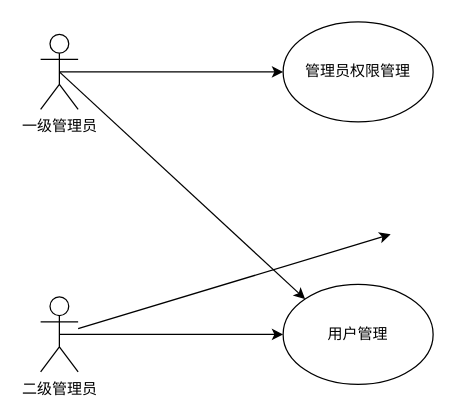
Above: 管理员用例图.drawio in YuChenLiao/UML (draw.io), before the change. Source tidied: cells renumbered, new cells numbered last; positions are measured from the earlier drawing's top-left corner, leaving out a move shared by most shapes. Both pictures are drawn from the tidied source at 125%, with x=0, y=0 at pixel (40, 21).
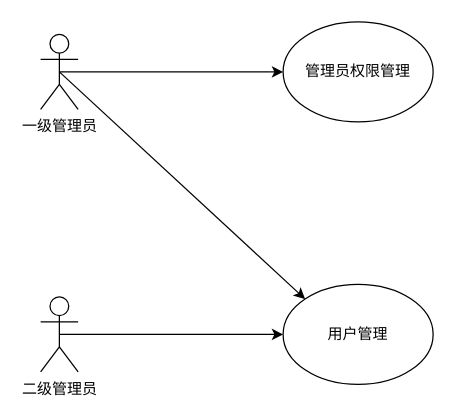
Above is the later version.

Commit message (it also covers changes not shown here):
更新管理员用例图.drawio

Diff of the diagram source:
```diff
@@
 <mxGraphModel>
   <root>
     <mxCell id="0" />
     <mxCell id="1" parent="0" />
     <mxCell id="2" value="一级管理员" style="shape=umlActor;verticalLabelPosition=bottom;verticalAlign=top;html=1;outlineConnect=0;" parent="1" vertex="1">
       <mxGeometry y="10" width="30" height="60" as="geometry" />
     </mxCell>
     <mxCell id="3" value="二级管理员" style="shape=umlActor;verticalLabelPosition=bottom;verticalAlign=top;html=1;outlineConnect=0;" parent="1" vertex="1">
       <mxGeometry y="220" width="30" height="60" as="geometry" />
     </mxCell>
     <mxCell id="4" value="管理员权限管理" style="ellipse;whiteSpace=wrap;html=1;" parent="1" vertex="1">
       <mxGeometry x="194" width="120" height="80" as="geometry" />
     </mxCell>
     <mxCell id="5" value="用户管理" style="ellipse;whiteSpace=wrap;html=1;" parent="1" vertex="1">
       <mxGeometry x="194" y="210" width="120" height="80" as="geometry" />
     </mxCell>
     <mxCell id="6" style="endArrow=classic;html=1;rounded=0;entryX=0;entryY=0.5;entryDx=0;entryDy=0;exitX=0.5;exitY=0.5;exitDx=0;exitDy=0;exitPerimeter=0;" parent="1" edge="1" source="2" target="4">
       <mxGeometry relative="1" as="geometry" />
     </mxCell>
     <mxCell id="7" style="endArrow=classic;html=1;rounded=0;exitX=0.5;exitY=0.5;exitDx=0;exitDy=0;exitPerimeter=0;entryX=0;entryY=0;entryDx=0;entryDy=0;" parent="1" edge="1" source="2" target="5">
       <mxGeometry relative="1" as="geometry" />
     </mxCell>
     <mxCell id="8" style="endArrow=classic;html=1;rounded=0;exitX=0.5;exitY=0.5;exitDx=0;exitDy=0;exitPerimeter=0;entryX=0;entryY=0.5;entryDx=0;entryDy=0;" parent="1" edge="1" source="3" target="5">
       <mxGeometry relative="1" as="geometry" />
     </mxCell>
-    <mxCell id="9" style="endArrow=classic;html=1;rounded=0;" parent="1" edge="1" source="3">
-      <mxGeometry relative="1" as="geometry">
-        <mxPoint x="280" y="170" as="targetPoint" />
-      </mxGeometry>
-    </mxCell>
   </root>
 </mxGraphModel>
```
